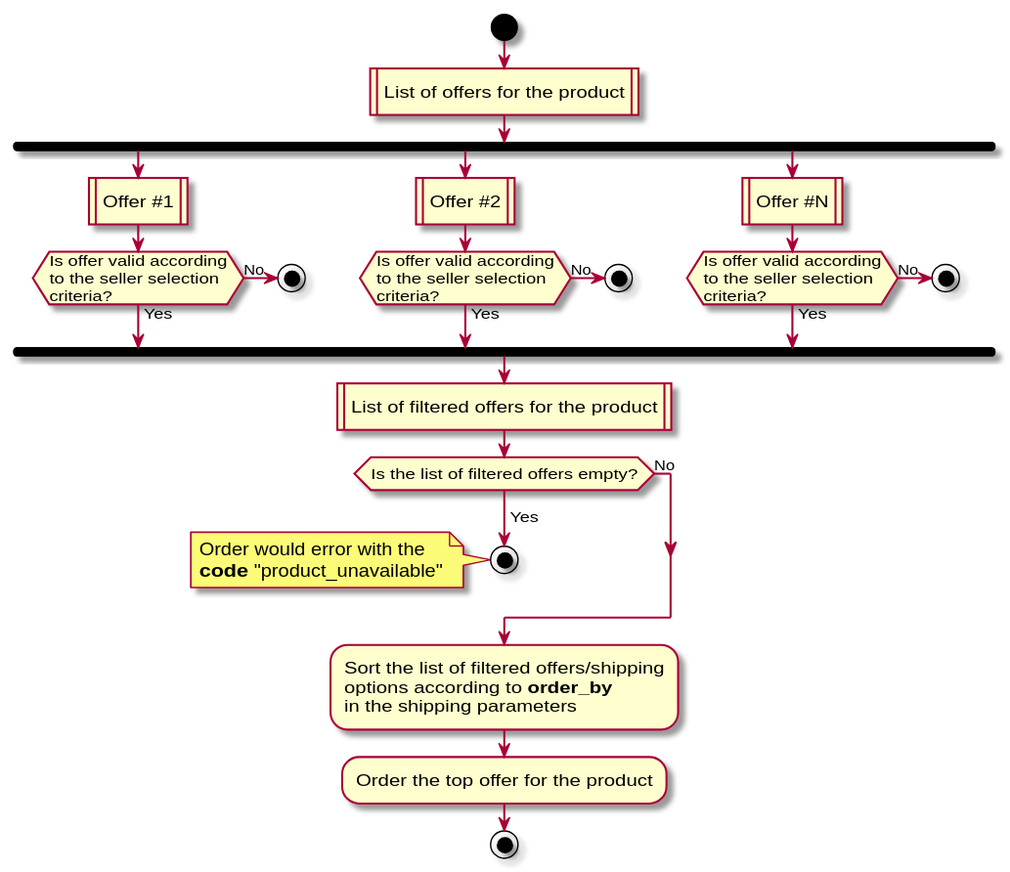
This is images/select-offer.svg from Mephisztoe/apidocs, a PlantUML export, as it was before one commit. The source it was exported from:
```plantuml
@startuml
start

:List of offers for the product|
fork
   :Offer #1|
   if (Is offer valid according\nto the seller selection\ncriteria?) then (Yes)
   else (No)
      stop
   endif
fork again
   :Offer #2|
   if (Is offer valid according\nto the seller selection\ncriteria?) then (Yes)
   else (No)
      stop
   endif
fork again
   :Offer #N|
   if (Is offer valid according\nto the seller selection\ncriteria?) then (Yes)
   else (No)
      stop
   endif
end fork
   :List of filtered offers for the product|
   if (Is the list of filtered offers empty?) then (\nYes)
      stop
      note left: Order would error with the\n**code** "product_unavailable"
   else (No)
   endif
   :Sort the list of filtered offers/shipping\noptions according to **order_by**\nin the shipping parameters;
   :Order the top offer for the product;
stop
@enduml
```
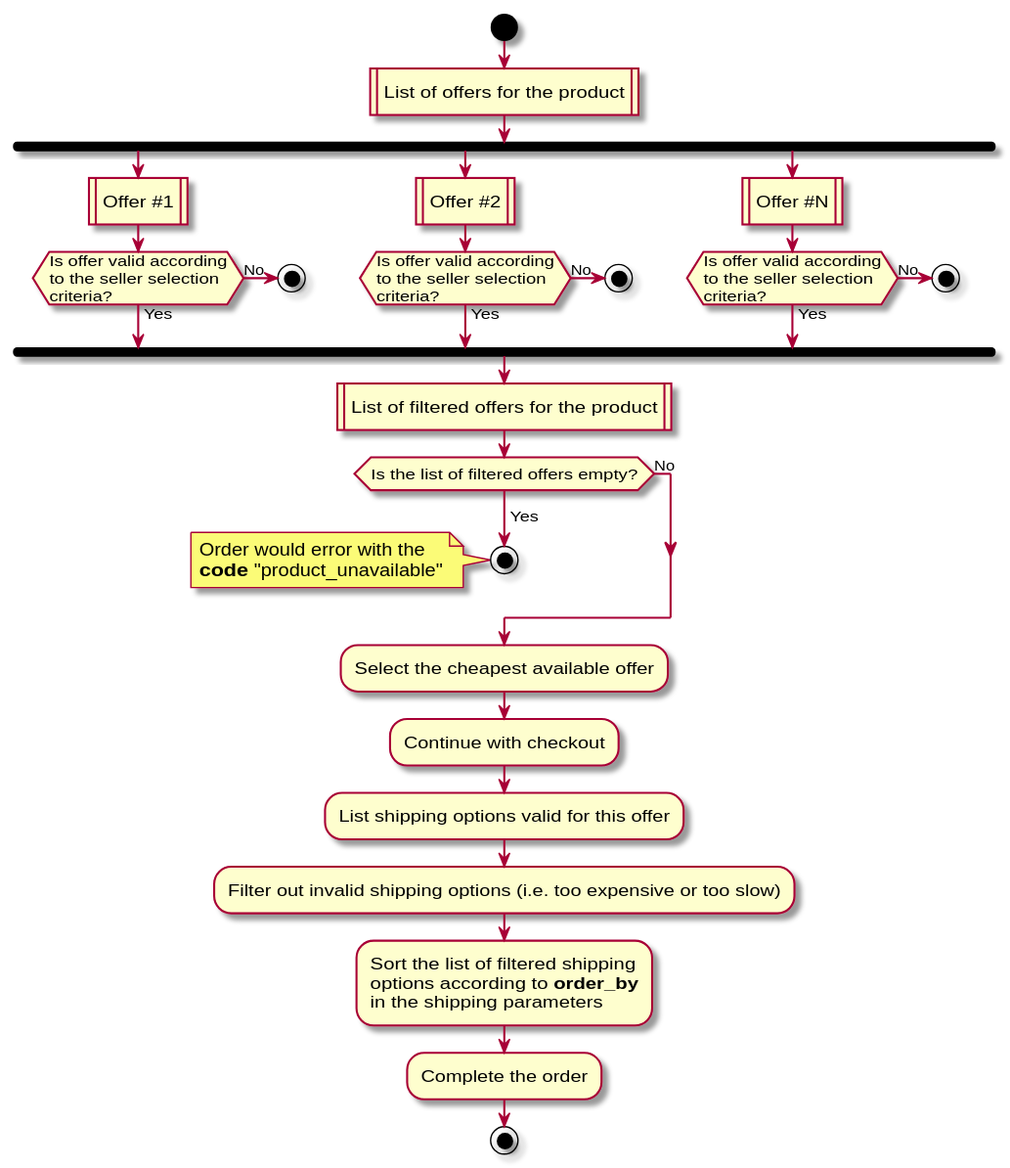
After the commit.

Diff of the diagram source:
```diff
@@ -27,7 +27,11 @@
       note left: Order would error with the\n**code** "product_unavailable"
    else (No)
    endif
-   :Sort the list of filtered offers/shipping\noptions according to **order_by**\nin the shipping parameters;
-   :Order the top offer for the product;
+   :Select the cheapest available offer;
+   :Continue with checkout;
+   :List shipping options valid for this offer;
+   :Filter out invalid shipping options (i.e. too expensive or too slow);
+   :Sort the list of filtered shipping\noptions according to **order_by**\nin the shipping parameters;
+   :Complete the order;
 stop
 @enduml
```
